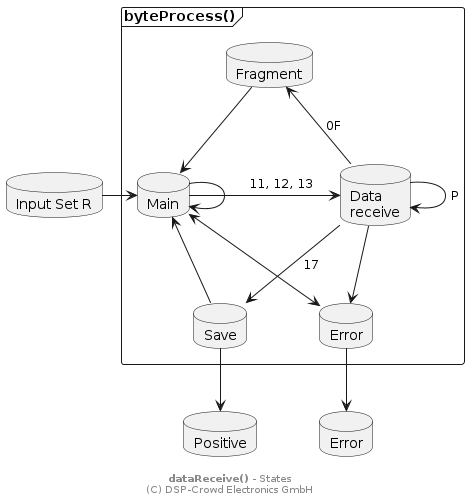
The PlantUML diagram doc/system/byte-process_states_2.png in NoOrientationProgramming/code-orb, before a commit.
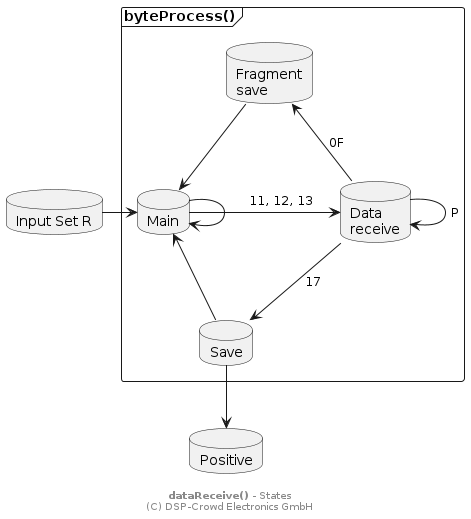
After the commit.

The edit, as a diff of the source:
```diff
@@ -3,7 +3,6 @@
 
 database "Input Set R" as sIn
 database "Positive" as sPos
-database "Error" as sErrorOut
 
 frame "byteProcess()" as pRcv {
 
@@ -11,8 +10,7 @@
 
   database "Data\nreceive" as sRcv
   database "Save" as sSave
-  database "Fragment" as sFrag
-  database "Error" as sError
+  database "Fragment\nsave" as sFrag
 }
 
 sIn -> sMain
@@ -30,11 +28,6 @@
 
 sSave --> sPos
 
-sMain <--> sError
-sRcv --> sError
-
-sError --> sErrorOut
-
 footer **dataReceive()** - States\n(C) DSP-Crowd Electronics GmbH
 
 @enduml
```
